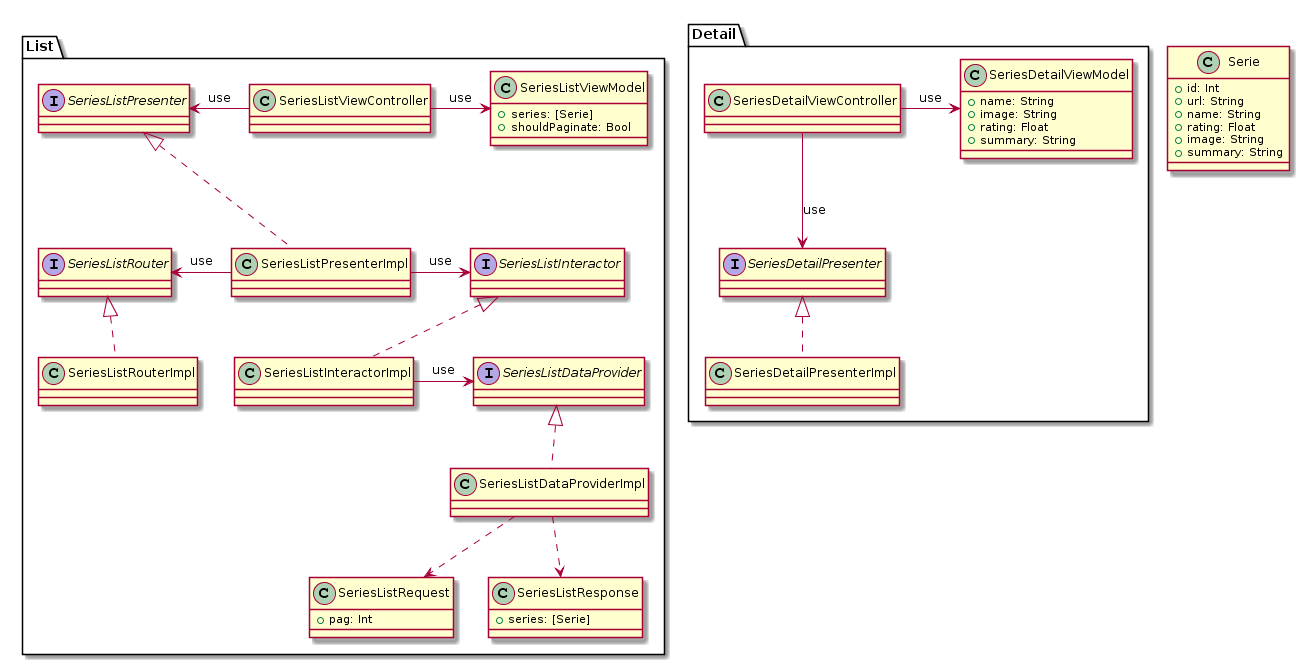
The PlantUML diagram class_diagram.png in aroldanm/technicalTest01, before a commit. The source it was exported from:
```plantuml
@startuml
class Serie {
    + id: Int
    + url: String
    + name: String
    + rating: Float
    + image: String
    + summary: String
}

package List {

    class SeriesListViewController {
    }

    class SeriesListViewModel {
        + series: [Serie]
        + shouldPaginate: Bool
    }

    class SeriesListRequest {
        + pag: Int
    }

    class SeriesListResponse {
        + series: [Serie]
    }

    interface SeriesListPresenter {
    }
    class SeriesListPresenterImpl
    SeriesListPresenter <|.. SeriesListPresenterImpl
    SeriesListViewController -left-> SeriesListPresenter: use
    SeriesListViewController -right-> SeriesListViewModel: use

    interface SeriesListInteractor {
    }
    class SeriesListInteractorImpl
    SeriesListInteractor <|.. SeriesListInteractorImpl
    SeriesListPresenterImpl -right-> SeriesListInteractor: use

    interface SeriesListDataProvider {
    }
    class SeriesListDataProviderImpl
    SeriesListDataProvider <|.down. SeriesListDataProviderImpl
    SeriesListInteractorImpl -> SeriesListDataProvider: use
    SeriesListDataProviderImpl ..> SeriesListRequest
    SeriesListDataProviderImpl ..> SeriesListResponse


    interface SeriesListRouter {
    }
    class SeriesListRouterImpl
    SeriesListRouter <|.. SeriesListRouterImpl
    SeriesListPresenterImpl -left-> SeriesListRouter: use
}

package Detail {

    class SeriesDetailViewController {
    }

    class SeriesDetailViewModel {
        + name: String
        + image: String
        + rating: Float
        + summary: String
    }
    SeriesDetailViewController -right-> SeriesDetailViewModel: use

    interface SeriesDetailPresenter {
    }
    class SeriesDetailPresenterImpl
    SeriesDetailPresenter <|.. SeriesDetailPresenterImpl
    SeriesDetailViewController --> SeriesDetailPresenter: use
}
@enduml
```
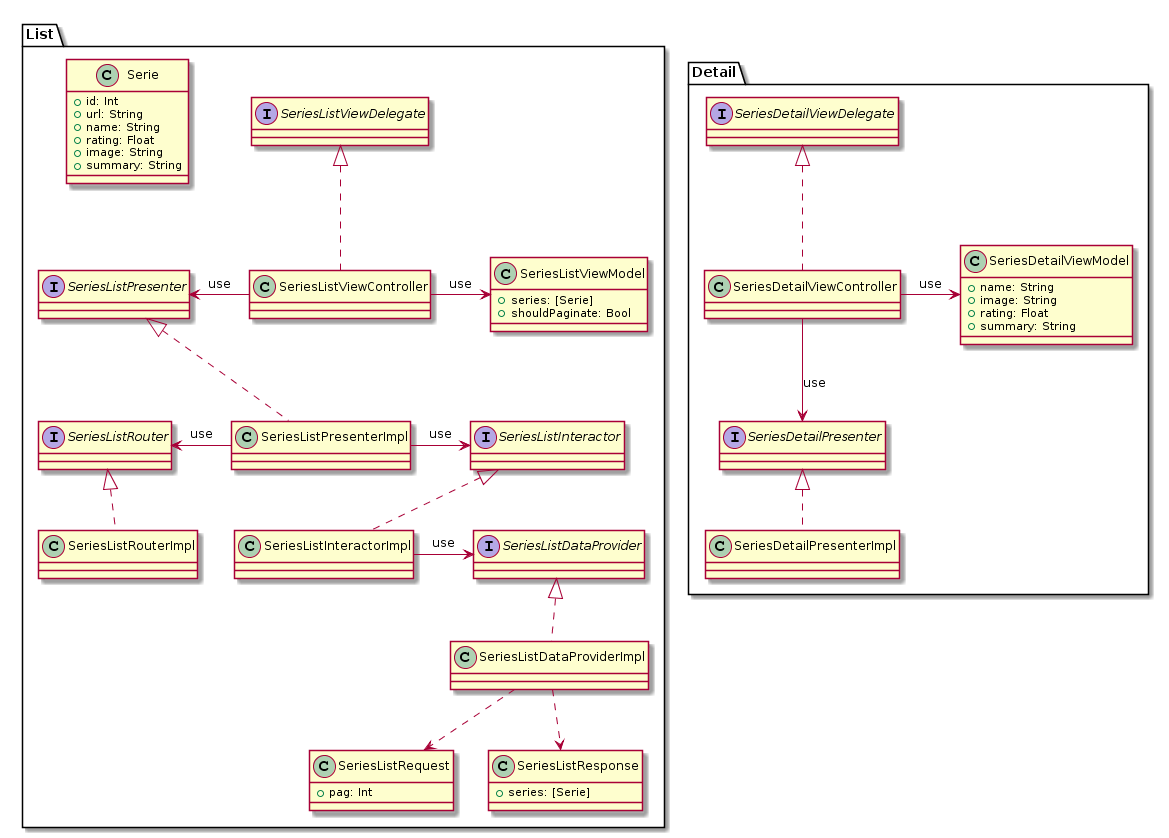
The same file after the commit.

Commit message:
0 Update class diagram files

The edit, as a diff of the source:
```diff
@@ -1,14 +1,14 @@
 @startuml
-class Serie {
-    + id: Int
-    + url: String
-    + name: String
-    + rating: Float
-    + image: String
-    + summary: String
-}
+package List {
 
-package List {
+    class Serie {
+        + id: Int
+        + url: String
+        + name: String
+        + rating: Float
+        + image: String
+        + summary: String
+    }
 
     class SeriesListViewController {
     }
@@ -32,6 +32,10 @@
     SeriesListPresenter <|.. SeriesListPresenterImpl
     SeriesListViewController -left-> SeriesListPresenter: use
     SeriesListViewController -right-> SeriesListViewModel: use
+
+    interface SeriesListViewDelegate {
+    }
+    SeriesListViewController .up.|> SeriesListViewDelegate
 
     interface SeriesListInteractor {
     }
@@ -73,5 +77,9 @@
     class SeriesDetailPresenterImpl
     SeriesDetailPresenter <|.. SeriesDetailPresenterImpl
     SeriesDetailViewController --> SeriesDetailPresenter: use
+
+    interface SeriesDetailViewDelegate {
+    }
+    SeriesDetailViewDelegate <|.. SeriesDetailViewController
 }
 @enduml
```
